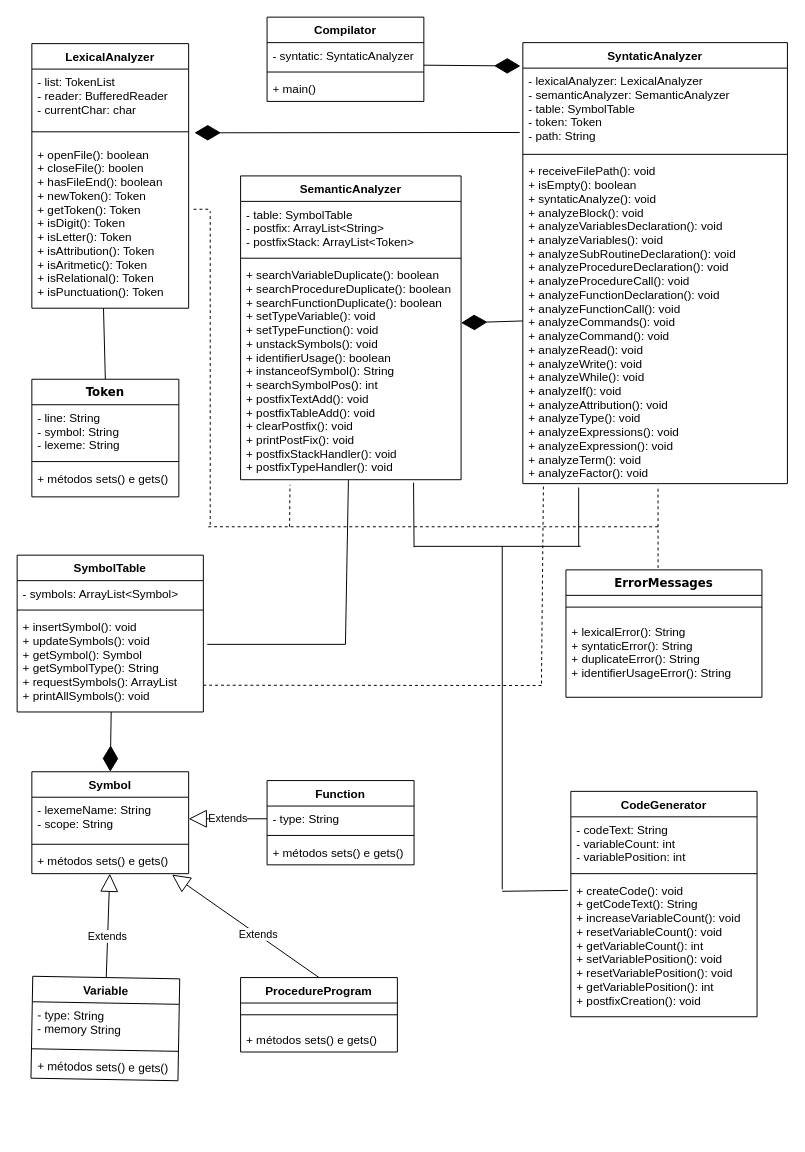
This is diagramas/Compilator.drawio from Nicolas-K/compilator, a draw.io file, before an edit. Source tidied: cells renumbered, new cells numbered last; positions are measured from the earlier drawing's top-left corner, leaving out a move shared by most shapes. Both pictures are drawn from the tidied source at 98%, with x=0, y=0 at pixel (17, 17).
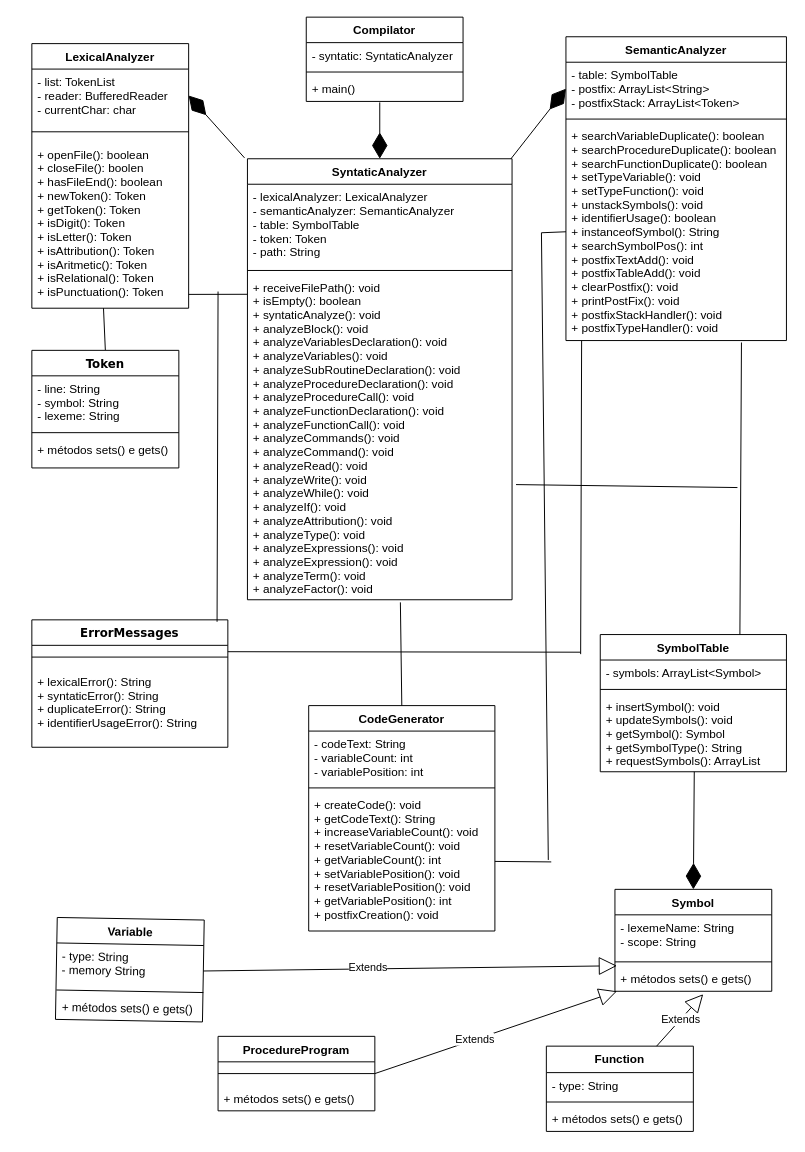
Above is the later version.

The change refers to these unchanged cells:
```xml
<mxCell id="3" value="- syntatic: SyntaticAnalyzer" style="text;strokeColor=none;fillColor=none;align=left;verticalAlign=top;spacingLeft=4;spacingRight=4;overflow=hidden;points=[[0,0.5],[1,0.5]];portConstraint=eastwest;" parent="2" vertex="1">
  <mxGeometry y="26" width="160" height="26" as="geometry" />
</mxCell>
<mxCell id="7" value="- lexicalAnalyzer: LexicalAnalyzer&#10;- semanticAnalyzer: SemanticAnalyzer&#10;- table: SymbolTable&#10;- token: Token&#10;- path: String&#10;" style="text;strokeColor=none;fillColor=none;align=left;verticalAlign=top;spacingLeft=4;spacingRight=4;overflow=hidden;points=[[0,0.5],[1,0.5]];portConstraint=eastwest;" parent="6" vertex="1">
  <mxGeometry y="26" width="270" height="84" as="geometry" />
</mxCell>
<mxCell id="9" value="+ receiveFilePath(): void&#10;+ isEmpty(): boolean&#10;+ syntaticAnalyze(): void&#10;+ analyzeBlock(): void&#10;+ analyzeVariablesDeclaration(): void&#10;+ analyzeVariables(): void&#10;+ analyzeSubRoutineDeclaration(): void&#10;+ analyzeProcedureDeclaration(): void&#10;+ analyzeProcedureCall(): void&#10;+ analyzeFunctionDeclaration(): void &#10;+ analyzeFunctionCall(): void &#10;+ analyzeCommands(): void&#10;+ analyzeCommand(): void&#10;+ analyzeRead(): void&#10;+ analyzeWrite(): void&#10;+ analyzeWhile(): void&#10;+ analyzeIf(): void&#10;+ analyzeAttribution(): void&#10;+ analyzeType(): void&#10;+ analyzeExpressions(): void&#10;+ analyzeExpression(): void&#10;+ analyzeTerm(): void&#10;+ analyzeFactor(): void&#10;" style="text;strokeColor=none;fillColor=none;align=left;verticalAlign=top;spacingLeft=4;spacingRight=4;overflow=hidden;points=[[0,0.5],[1,0.5]];portConstraint=eastwest;" parent="6" vertex="1">
  <mxGeometry y="118" width="270" height="332" as="geometry" />
</mxCell>
<mxCell id="12" value="- list: TokenList&#10;- reader: BufferedReader&#10;- currentChar: char" style="text;strokeColor=none;fillColor=none;align=left;verticalAlign=top;spacingLeft=4;spacingRight=4;overflow=hidden;points=[[0,0.5],[1,0.5]];portConstraint=eastwest;" parent="11" vertex="1">
  <mxGeometry y="26" width="160" height="54" as="geometry" />
</mxCell>
<mxCell id="28" value="- lexemeName: String&#10;- scope: String" style="text;strokeColor=none;fillColor=none;align=left;verticalAlign=top;spacingLeft=4;spacingRight=4;overflow=hidden;points=[[0,0.5],[1,0.5]];portConstraint=eastwest;" parent="27" vertex="1">
  <mxGeometry y="26" width="160" height="44" as="geometry" />
</mxCell>
<mxCell id="30" value="+ métodos sets() e gets()" style="text;strokeColor=none;fillColor=none;align=left;verticalAlign=top;spacingLeft=4;spacingRight=4;overflow=hidden;points=[[0,0.5],[1,0.5]];portConstraint=eastwest;" parent="27" vertex="1">
  <mxGeometry y="78" width="160" height="26" as="geometry" />
</mxCell>
<mxCell id="48" value="- table: SymbolTable&#10;- postfix: ArrayList&lt;String&gt;&#10;- postfixStack: ArrayList&lt;Token&gt;" style="text;strokeColor=none;fillColor=none;align=left;verticalAlign=top;spacingLeft=4;spacingRight=4;overflow=hidden;points=[[0,0.5],[1,0.5]];portConstraint=eastwest;" parent="47" vertex="1">
  <mxGeometry y="26" width="225" height="54" as="geometry" />
</mxCell>
<mxCell id="50" value="+ searchVariableDuplicate(): boolean&#10;+ searchProcedureDuplicate(): boolean&#10;+ searchFunctionDuplicate(): boolean&#10;+ setTypeVariable(): void&#10;+ setTypeFunction(): void&#10;+ unstackSymbols(): void&#10;+ identifierUsage(): boolean&#10;+ instanceofSymbol(): String&#10;+ searchSymbolPos(): int&#10;+ postfixTextAdd(): void&#10;+ postfixTableAdd(): void&#10;+ clearPostfix(): void&#10;+ printPostFix(): void&#10;+ postfixStackHandler(): void&#10;+ postfixTypeHandler(): void" style="text;strokeColor=none;fillColor=none;align=left;verticalAlign=top;spacingLeft=4;spacingRight=4;overflow=hidden;points=[[0,0.5],[1,0.5]];portConstraint=eastwest;" parent="47" vertex="1">
  <mxGeometry y="88" width="225" height="222" as="geometry" />
</mxCell>
<mxCell id="60" value="+ createCode(): void&#10;+ getCodeText(): String&#10;+ increaseVariableCount(): void&#10;+ resetVariableCount(): void&#10;+ getVariableCount(): int&#10;+ setVariablePosition(): void&#10;+ resetVariablePosition(): void&#10;+ getVariablePosition(): int&#10;+ postfixCreation(): void" style="text;strokeColor=none;fillColor=none;align=left;verticalAlign=top;spacingLeft=4;spacingRight=4;overflow=hidden;points=[[0,0.5],[1,0.5]];portConstraint=eastwest;" parent="57" vertex="1">
  <mxGeometry y="88" width="190" height="142" as="geometry" />
</mxCell>
```

Change to the diagram source:
```diff
@@
     <mxCell id="2" value="Compilator" style="swimlane;fontStyle=1;align=center;verticalAlign=top;horizontal=1;startSize=26;" parent="1" vertex="1">
-      <mxGeometry x="255" width="160" height="86" as="geometry" />
+      <mxGeometry x="295" width="160" height="86" as="geometry" />
     </mxCell>
@@
     <mxCell id="6" value="SyntaticAnalyzer" style="swimlane;fontStyle=1;align=center;verticalAlign=top;horizontal=1;startSize=26;" parent="1" vertex="1">
-      <mxGeometry x="516" y="26" width="270" height="450" as="geometry" />
+      <mxGeometry x="235" y="144.5" width="270" height="450" as="geometry" />
     </mxCell>
@@
-    <mxCell id="10" style="endArrow=diamondThin;endFill=1;endSize=24;html=1;exitX=-0.012;exitY=0.782;exitDx=0;exitDy=0;exitPerimeter=0;" parent="1" edge="1" source="7">
-      <mxGeometry relative="1" as="geometry">
-        <mxPoint x="181" y="118" as="targetPoint" />
-      </mxGeometry>
+    <mxCell id="10" style="endArrow=diamondThin;endFill=1;endSize=24;html=1;exitX=-0.011;exitY=-0.002;exitDx=0;exitDy=0;exitPerimeter=0;entryX=1;entryY=0.5;entryDx=0;entryDy=0;" parent="1" edge="1" source="6" target="12">
+      <mxGeometry relative="1" as="geometry" />
     </mxCell>
@@
     <mxCell id="16" value="ErrorMessages" style="swimlane;fontStyle=1;align=center;verticalAlign=top;horizontal=1;startSize=26;fontFamily=Verdana;" parent="1" vertex="1">
-      <mxGeometry x="560" y="564" width="200" height="130" as="geometry" />
+      <mxGeometry x="15" y="615" width="200" height="130" as="geometry" />
     </mxCell>
@@
     <mxCell id="19" value="Token" style="swimlane;fontStyle=1;align=center;verticalAlign=top;horizontal=1;startSize=26;fontFamily=Verdana;" parent="1" vertex="1">
-      <mxGeometry x="15" y="369.5" width="150" height="120" as="geometry" />
+      <mxGeometry x="15" y="340" width="150" height="120" as="geometry" />
     </mxCell>
@@
     <mxCell id="23" value="SymbolTable" style="swimlane;fontStyle=1;align=center;verticalAlign=top;horizontal=1;startSize=26;" parent="1" vertex="1">
-      <mxGeometry y="549" width="190" height="160" as="geometry" />
+      <mxGeometry x="595" y="630" width="190" height="140" as="geometry" />
     </mxCell>
@@
-    <mxCell id="26" value="+ insertSymbol(): void&#10;+ updateSymbols(): void&#10;+ getSymbol(): Symbol&#10;+ getSymbolType(): String&#10;+ requestSymbols(): ArrayList&#10;+ printAllSymbols(): void" style="text;strokeColor=none;fillColor=none;align=left;verticalAlign=top;spacingLeft=4;spacingRight=4;overflow=hidden;points=[[0,0.5],[1,0.5]];portConstraint=eastwest;" parent="23" vertex="1">
-      <mxGeometry y="60" width="190" height="100" as="geometry" />
+    <mxCell id="26" value="+ insertSymbol(): void&#10;+ updateSymbols(): void&#10;+ getSymbol(): Symbol&#10;+ getSymbolType(): String&#10;+ requestSymbols(): ArrayList" style="text;strokeColor=none;fillColor=none;align=left;verticalAlign=top;spacingLeft=4;spacingRight=4;overflow=hidden;points=[[0,0.5],[1,0.5]];portConstraint=eastwest;" parent="23" vertex="1">
+      <mxGeometry y="60" width="190" height="80" as="geometry" />
     </mxCell>
     <mxCell id="27" value="Symbol" style="swimlane;fontStyle=1;align=center;verticalAlign=top;horizontal=1;startSize=26;" parent="1" vertex="1">
-      <mxGeometry x="15" y="770" width="160" height="104" as="geometry" />
+      <mxGeometry x="610" y="890" width="160" height="104" as="geometry" />
     </mxCell>
@@
     <mxCell id="32" value="Variable" style="swimlane;fontStyle=1;align=center;verticalAlign=top;horizontal=1;startSize=26;rotation=1;" parent="1" vertex="1">
-      <mxGeometry x="15" y="980" width="150" height="104" as="geometry" />
+      <mxGeometry x="40" y="920" width="150" height="104" as="geometry" />
     </mxCell>
@@
-    <mxCell id="36" value="Extends" style="endArrow=block;endSize=16;endFill=0;html=1;exitX=0.5;exitY=0;exitDx=0;exitDy=0;" parent="1" edge="1" source="32" target="30">
+    <mxCell id="36" value="Extends" style="endArrow=block;endSize=16;endFill=0;html=1;exitX=1;exitY=0.5;exitDx=0;exitDy=0;entryX=0.013;entryY=0;entryDx=0;entryDy=0;entryPerimeter=0;" parent="1" edge="1" source="32" target="30">
       <mxGeometry x="-0.21" y="1" relative="1" as="geometry">
         <mxPoint x="1" as="offset" />
       </mxGeometry>
     </mxCell>
-    <mxCell id="37" value="Extends" style="endArrow=block;endSize=16;endFill=0;html=1;exitX=0.5;exitY=0;exitDx=0;exitDy=0;entryX=0.894;entryY=1.038;entryDx=0;entryDy=0;entryPerimeter=0;" parent="1" edge="1" source="43" target="30">
+    <mxCell id="37" value="Extends" style="endArrow=block;endSize=16;endFill=0;html=1;exitX=1;exitY=0.5;exitDx=0;exitDy=0;entryX=0.013;entryY=1;entryDx=0;entryDy=0;entryPerimeter=0;" parent="1" edge="1" source="43" target="30">
       <mxGeometry x="-0.17" relative="1" as="geometry" />
     </mxCell>
-    <mxCell id="38" value="Function" style="swimlane;fontStyle=1;align=center;verticalAlign=top;horizontal=1;startSize=26;" parent="1" vertex="1">
-      <mxGeometry x="255" y="779" width="150" height="86" as="geometry" />
+    <mxCell id="38" value="Function" style="swimlane;fontStyle=1;align=center;verticalAlign=top;horizontal=1;startSize=27;" parent="1" vertex="1">
+      <mxGeometry x="540" y="1050" width="150" height="87" as="geometry" />
     </mxCell>
     <mxCell id="39" value="- type: String" style="text;strokeColor=none;fillColor=none;align=left;verticalAlign=top;spacingLeft=4;spacingRight=4;overflow=hidden;points=[[0,0.5],[1,0.5]];portConstraint=eastwest;" parent="38" vertex="1">
-      <mxGeometry y="26" width="150" height="26" as="geometry" />
+      <mxGeometry y="27" width="150" height="26" as="geometry" />
     </mxCell>
     <mxCell id="40" style="line;strokeWidth=1;fillColor=none;align=left;verticalAlign=middle;spacingTop=-1;spacingLeft=3;spacingRight=3;labelPosition=right;" parent="38" vertex="1">
-      <mxGeometry y="52" width="150" height="8" as="geometry" />
+      <mxGeometry y="53" width="150" height="8" as="geometry" />
     </mxCell>
     <mxCell id="41" value="+ métodos sets() e gets()" style="text;strokeColor=none;fillColor=none;align=left;verticalAlign=top;spacingLeft=4;spacingRight=4;overflow=hidden;" parent="38" vertex="1">
-      <mxGeometry y="60" width="150" height="26" as="geometry" />
+      <mxGeometry y="61" width="150" height="26" as="geometry" />
     </mxCell>
-    <mxCell id="42" value="Extends" style="endArrow=block;endSize=16;endFill=0;html=1;exitX=0;exitY=0.5;exitDx=0;exitDy=0;entryX=1;entryY=0.5;entryDx=0;entryDy=0;" parent="1" edge="1" source="39" target="28">
+    <mxCell id="42" value="Extends" style="endArrow=block;endSize=16;endFill=0;html=1;exitX=0.75;exitY=0;exitDx=0;exitDy=0;entryX=0.563;entryY=1.115;entryDx=0;entryDy=0;entryPerimeter=0;" parent="1" edge="1" source="38" target="30">
       <mxGeometry relative="1" as="geometry" />
     </mxCell>
     <mxCell id="43" value="ProcedureProgram" style="swimlane;fontStyle=1;align=center;verticalAlign=top;horizontal=1;startSize=26;" parent="1" vertex="1">
-      <mxGeometry x="228" y="980" width="160" height="76" as="geometry" />
+      <mxGeometry x="205" y="1040" width="160" height="76" as="geometry" />
     </mxCell>
@@
-    <mxCell id="46" style="endArrow=diamondThin;endFill=1;endSize=24;html=1;exitX=1;exitY=0.885;exitDx=0;exitDy=0;exitPerimeter=0;entryX=-0.009;entryY=0.053;entryDx=0;entryDy=0;entryPerimeter=0;" parent="1" edge="1" source="3" target="6">
-      <mxGeometry relative="1" as="geometry" />
+    <mxCell id="46" style="endArrow=diamondThin;endFill=1;endSize=24;html=1;entryX=0.5;entryY=0;entryDx=0;entryDy=0;" parent="1" edge="1" target="6">
+      <mxGeometry relative="1" as="geometry">
+        <mxPoint x="370" y="87" as="sourcePoint" />
+      </mxGeometry>
     </mxCell>
     <mxCell id="47" value="SemanticAnalyzer" style="swimlane;fontStyle=1;align=center;verticalAlign=top;horizontal=1;startSize=26;" parent="1" vertex="1">
-      <mxGeometry x="228" y="162" width="225" height="310" as="geometry" />
+      <mxGeometry x="560" y="20" width="225" height="310" as="geometry" />
     </mxCell>
@@
-    <mxCell id="51" style="endArrow=diamondThin;endFill=1;endSize=24;html=1;exitX=0;exitY=0.5;exitDx=0;exitDy=0;entryX=1;entryY=0.279;entryDx=0;entryDy=0;entryPerimeter=0;" parent="1" edge="1" source="9" target="50">
+    <mxCell id="51" style="endArrow=diamondThin;endFill=1;endSize=24;html=1;exitX=0.996;exitY=0;exitDx=0;exitDy=0;entryX=0;entryY=0.5;entryDx=0;entryDy=0;exitPerimeter=0;" parent="1" edge="1" source="6" target="48">
       <mxGeometry relative="1" as="geometry" />
     </mxCell>
-    <mxCell id="52" style="endArrow=none;dashed=1;html=1;" parent="1" edge="1">
-      <mxGeometry relative="1" as="geometry">
-        <mxPoint x="195" y="520" as="sourcePoint" />
-        <mxPoint x="655" y="520" as="targetPoint" />
-      </mxGeometry>
-    </mxCell>
-    <mxCell id="53" style="endArrow=none;dashed=1;html=1;entryX=0.511;entryY=1.006;entryDx=0;entryDy=0;entryPerimeter=0;exitX=0.47;exitY=-0.014;exitDx=0;exitDy=0;exitPerimeter=0;" parent="1" edge="1" source="16" target="9">
-      <mxGeometry relative="1" as="geometry" />
-    </mxCell>
-    <mxCell id="54" style="endArrow=none;dashed=1;html=1;" parent="1" edge="1">
-      <mxGeometry relative="1" as="geometry">
-        <mxPoint x="197" y="518" as="sourcePoint" />
-        <mxPoint x="197" y="198" as="targetPoint" />
-      </mxGeometry>
-    </mxCell>
-    <mxCell id="55" style="endArrow=none;dashed=1;html=1;entryX=1.013;entryY=-0.029;entryDx=0;entryDy=0;entryPerimeter=0;" parent="1" edge="1">
-      <mxGeometry relative="1" as="geometry">
-        <mxPoint x="195" y="196" as="sourcePoint" />
-        <mxPoint x="177.1" y="196.1" as="targetPoint" />
-      </mxGeometry>
-    </mxCell>
-    <mxCell id="56" style="endArrow=none;dashed=1;html=1;entryX=0.224;entryY=1.023;entryDx=0;entryDy=0;entryPerimeter=0;" parent="1" edge="1" target="50">
-      <mxGeometry relative="1" as="geometry">
-        <mxPoint x="278" y="520" as="sourcePoint" />
-      </mxGeometry>
-    </mxCell>
     <mxCell id="57" value="CodeGenerator" style="swimlane;fontStyle=1;align=center;verticalAlign=top;horizontal=1;startSize=26;" parent="1" vertex="1">
-      <mxGeometry x="565" y="790" width="190" height="230" as="geometry" />
+      <mxGeometry x="297.5" y="702.5" width="190" height="230" as="geometry" />
     </mxCell>
@@
-    <mxCell id="61" style="endArrow=none;html=1;" parent="1" edge="1">
-      <mxGeometry relative="1" as="geometry">
-        <mxPoint x="495" y="890" as="sourcePoint" />
-        <mxPoint x="495" y="540" as="targetPoint" />
-      </mxGeometry>
-    </mxCell>
-    <mxCell id="62" style="endArrow=none;html=1;entryX=-0.016;entryY=0.092;entryDx=0;entryDy=0;entryPerimeter=0;" parent="1" edge="1" target="60">
-      <mxGeometry relative="1" as="geometry">
-        <mxPoint x="495" y="892" as="sourcePoint" />
-      </mxGeometry>
-    </mxCell>
-    <mxCell id="63" style="endArrow=none;html=1;exitX=0.211;exitY=1.012;exitDx=0;exitDy=0;exitPerimeter=0;" parent="1" edge="1" source="9">
-      <mxGeometry relative="1" as="geometry">
-        <mxPoint x="573" y="540" as="targetPoint" />
-      </mxGeometry>
-    </mxCell>
-    <mxCell id="64" style="endArrow=none;html=1;" parent="1" edge="1">
-      <mxGeometry relative="1" as="geometry">
-        <mxPoint x="405" y="540" as="sourcePoint" />
-        <mxPoint x="575" y="540" as="targetPoint" />
-      </mxGeometry>
-    </mxCell>
-    <mxCell id="65" style="endArrow=none;html=1;entryX=0.758;entryY=1.009;entryDx=0;entryDy=0;entryPerimeter=0;" parent="1" edge="1">
-      <mxGeometry relative="1" as="geometry">
-        <mxPoint x="405" y="541" as="sourcePoint" />
-        <mxPoint x="404.5" y="475" as="targetPoint" />
-      </mxGeometry>
-    </mxCell>
-    <mxCell id="66" style="endArrow=none;html=1;" parent="1" edge="1">
-      <mxGeometry relative="1" as="geometry">
-        <mxPoint x="194" y="640" as="sourcePoint" />
-        <mxPoint x="335" y="640" as="targetPoint" />
-      </mxGeometry>
-    </mxCell>
-    <mxCell id="67" style="endArrow=none;html=1;entryX=0.489;entryY=1.002;entryDx=0;entryDy=0;entryPerimeter=0;" parent="1" edge="1" target="50">
-      <mxGeometry relative="1" as="geometry">
-        <mxPoint x="335" y="640" as="sourcePoint" />
-      </mxGeometry>
-    </mxCell>
-    <mxCell id="68" style="endArrow=none;dashed=1;html=1;exitX=1;exitY=0.727;exitDx=0;exitDy=0;exitPerimeter=0;" parent="1" edge="1" source="26">
-      <mxGeometry relative="1" as="geometry">
-        <mxPoint x="535" y="682" as="targetPoint" />
-      </mxGeometry>
-    </mxCell>
-    <mxCell id="69" style="endArrow=none;dashed=1;html=1;" parent="1" edge="1">
-      <mxGeometry relative="1" as="geometry">
-        <mxPoint x="535" y="680" as="sourcePoint" />
-        <mxPoint x="537" y="479" as="targetPoint" />
-      </mxGeometry>
-    </mxCell>
+    <mxCell id="70" style="endArrow=none;html=1;exitX=0.945;exitY=0.015;exitDx=0;exitDy=0;exitPerimeter=0;" parent="1" edge="1" source="16">
+      <mxGeometry relative="1" as="geometry">
+        <mxPoint x="205" y="280" as="targetPoint" />
+      </mxGeometry>
+    </mxCell>
+    <mxCell id="71" style="endArrow=none;html=1;exitX=1;exitY=0.782;exitDx=0;exitDy=0;exitPerimeter=0;entryX=0;entryY=-0.008;entryDx=0;entryDy=0;entryPerimeter=0;" parent="1" edge="1">
+      <mxGeometry relative="1" as="geometry">
+        <mxPoint x="175" y="282.9" as="sourcePoint" />
+        <mxPoint x="235" y="282.8" as="targetPoint" />
+      </mxGeometry>
+    </mxCell>
+    <mxCell id="72" style="endArrow=none;html=1;exitX=1;exitY=0.25;exitDx=0;exitDy=0;" parent="1" edge="1" source="16">
+      <mxGeometry relative="1" as="geometry">
+        <mxPoint x="575" y="648" as="targetPoint" />
+      </mxGeometry>
+    </mxCell>
+    <mxCell id="73" style="endArrow=none;html=1;entryX=0.071;entryY=1;entryDx=0;entryDy=0;entryPerimeter=0;" parent="1" edge="1" target="50">
+      <mxGeometry relative="1" as="geometry">
+        <mxPoint x="575" y="650" as="sourcePoint" />
+      </mxGeometry>
+    </mxCell>
+    <mxCell id="74" style="endArrow=none;html=1;exitX=0.5;exitY=0;exitDx=0;exitDy=0;entryX=0.578;entryY=1.008;entryDx=0;entryDy=0;entryPerimeter=0;" parent="1" edge="1" source="57" target="9">
+      <mxGeometry relative="1" as="geometry" />
+    </mxCell>
+    <mxCell id="75" style="endArrow=none;html=1;exitX=0.75;exitY=0;exitDx=0;exitDy=0;entryX=0.796;entryY=1.009;entryDx=0;entryDy=0;entryPerimeter=0;" parent="1" edge="1" source="23" target="50">
+      <mxGeometry relative="1" as="geometry" />
+    </mxCell>
+    <mxCell id="76" style="endArrow=none;html=1;exitX=1.015;exitY=0.646;exitDx=0;exitDy=0;exitPerimeter=0;" parent="1" edge="1" source="9">
+      <mxGeometry relative="1" as="geometry">
+        <mxPoint x="735" y="480" as="targetPoint" />
+      </mxGeometry>
+    </mxCell>
+    <mxCell id="77" style="endArrow=none;html=1;" parent="1" edge="1">
+      <mxGeometry relative="1" as="geometry">
+        <mxPoint x="542" y="860" as="sourcePoint" />
+        <mxPoint x="535" y="220" as="targetPoint" />
+      </mxGeometry>
+    </mxCell>
+    <mxCell id="78" style="endArrow=none;html=1;exitX=1;exitY=0.5;exitDx=0;exitDy=0;" parent="1" edge="1" source="60">
+      <mxGeometry relative="1" as="geometry">
+        <mxPoint x="545" y="862" as="targetPoint" />
+      </mxGeometry>
+    </mxCell>
+    <mxCell id="79" style="endArrow=none;html=1;entryX=0;entryY=0.5;entryDx=0;entryDy=0;" parent="1" edge="1" target="50">
+      <mxGeometry relative="1" as="geometry">
+        <mxPoint x="535" y="220" as="sourcePoint" />
+      </mxGeometry>
+    </mxCell>
```
